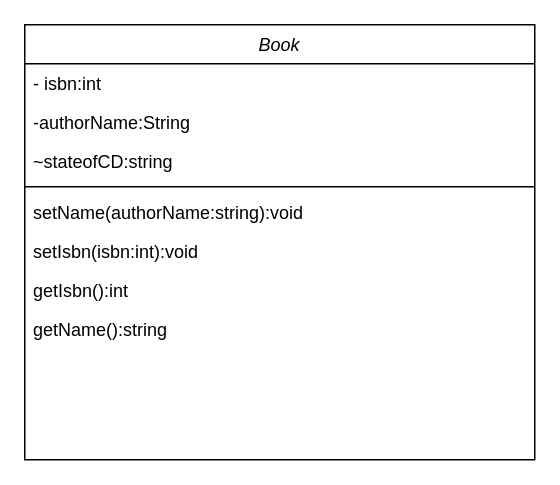
This is exercise 2 classDiagram.drawio from MuhdIrfanNoor/week2class-diagram, a draw.io file, before an edit. Source tidied: cells renumbered, new cells numbered last; positions are measured from the earlier drawing's top-left corner, leaving out a move shared by most shapes. Both pictures are drawn from the tidied source at 150%, with x=0, y=0 at pixel (24, 24).
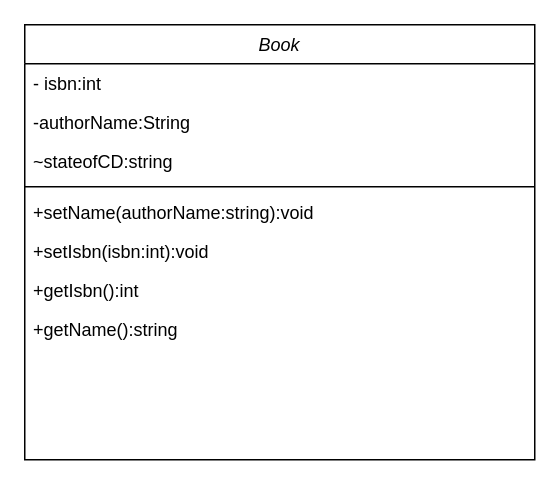
Above is the later version.

What changed in the source:
```diff
@@
 <mxGraphModel>
   <root>
     <mxCell id="0" />
     <mxCell id="1" parent="0" />
     <mxCell id="2" value="Book" style="swimlane;fontStyle=2;align=center;verticalAlign=top;horizontal=1;startSize=26;rounded=0;shadow=0;strokeWidth=1;" parent="1" vertex="1">
       <mxGeometry width="340" height="290" as="geometry" />
     </mxCell>
     <mxCell id="3" value="- isbn:int" style="text;align=left;verticalAlign=top;spacingLeft=4;spacingRight=4;overflow=hidden;" parent="2" vertex="1">
       <mxGeometry y="26" width="340" height="26" as="geometry" />
     </mxCell>
     <mxCell id="4" value="-authorName:String" style="text;align=left;verticalAlign=top;spacingLeft=4;spacingRight=4;overflow=hidden;rounded=0;shadow=0;html=0;" parent="2" vertex="1">
       <mxGeometry y="52" width="340" height="26" as="geometry" />
     </mxCell>
     <mxCell id="5" value="~stateofCD:string" style="text;align=left;verticalAlign=top;spacingLeft=4;spacingRight=4;overflow=hidden;rounded=0;shadow=0;html=0;" parent="2" vertex="1">
       <mxGeometry y="78" width="340" height="26" as="geometry" />
     </mxCell>
     <mxCell id="6" style="line;html=1;strokeWidth=1;align=left;verticalAlign=middle;spacingTop=-1;spacingLeft=3;spacingRight=3;labelPosition=right;" parent="2" vertex="1">
       <mxGeometry y="104" width="340" height="8" as="geometry" />
     </mxCell>
-    <mxCell id="7" value="setName(authorName:string):void" style="text;align=left;verticalAlign=top;spacingLeft=4;spacingRight=4;overflow=hidden;" parent="2" vertex="1">
+    <mxCell id="7" value="+setName(authorName:string):void" style="text;align=left;verticalAlign=top;spacingLeft=4;spacingRight=4;overflow=hidden;" parent="2" vertex="1">
       <mxGeometry y="112" width="340" height="26" as="geometry" />
     </mxCell>
-    <mxCell id="8" value="setIsbn(isbn:int):void" style="text;align=left;verticalAlign=top;spacingLeft=4;spacingRight=4;overflow=hidden;" parent="2" vertex="1">
+    <mxCell id="8" value="+setIsbn(isbn:int):void" style="text;align=left;verticalAlign=top;spacingLeft=4;spacingRight=4;overflow=hidden;" parent="2" vertex="1">
       <mxGeometry y="138" width="340" height="26" as="geometry" />
     </mxCell>
-    <mxCell id="9" value="getIsbn():int" style="text;align=left;verticalAlign=top;spacingLeft=4;spacingRight=4;overflow=hidden;" parent="2" vertex="1">
+    <mxCell id="9" value="+getIsbn():int" style="text;align=left;verticalAlign=top;spacingLeft=4;spacingRight=4;overflow=hidden;" parent="2" vertex="1">
       <mxGeometry y="164" width="340" height="26" as="geometry" />
     </mxCell>
-    <mxCell id="10" value="getName():string" style="text;align=left;verticalAlign=top;spacingLeft=4;spacingRight=4;overflow=hidden;" parent="2" vertex="1">
+    <mxCell id="10" value="+getName():string" style="text;align=left;verticalAlign=top;spacingLeft=4;spacingRight=4;overflow=hidden;" parent="2" vertex="1">
       <mxGeometry y="190" width="340" height="26" as="geometry" />
     </mxCell>
   </root>
 </mxGraphModel>
```
